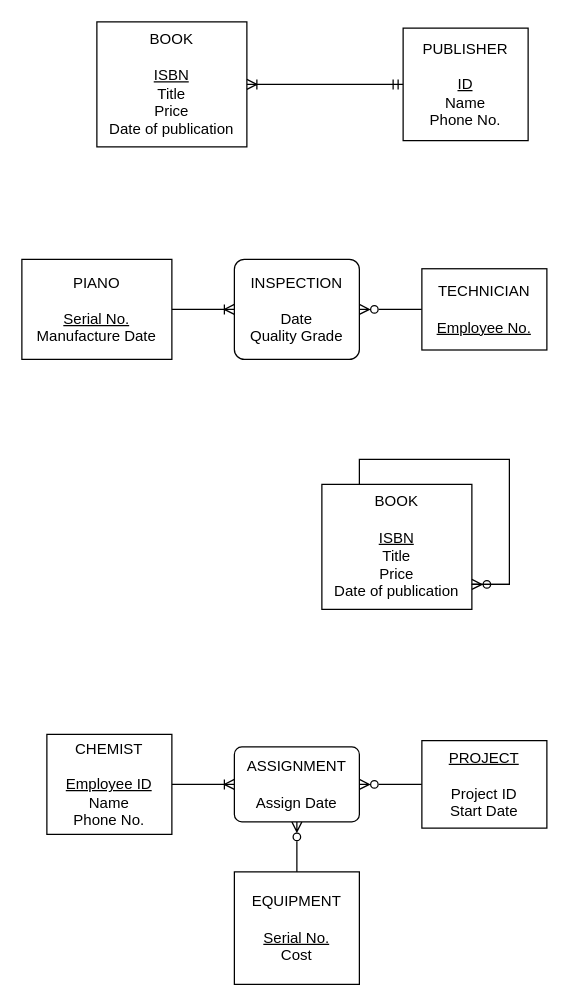
This is NumberOne.drawio from SamanZargarzadeh/ERD, a draw.io file, before an edit. Source tidied: cells renumbered, new cells numbered last; positions are measured from the earlier drawing's top-left corner, leaving out a move shared by most shapes. Both pictures are drawn from the tidied source at 125%, with x=0, y=0 at pixel (21, 21).
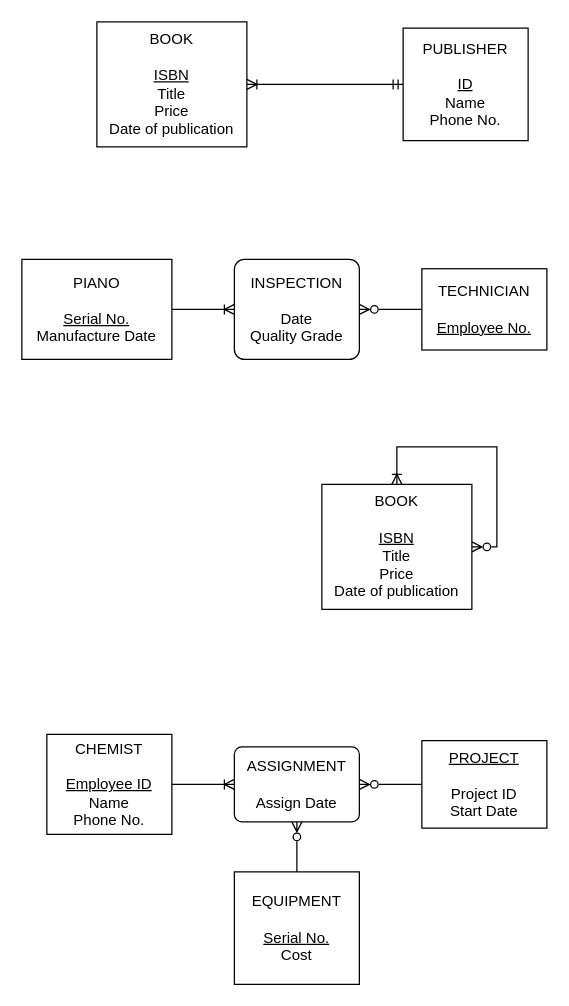
The same diagram, later.

The change refers to these unchanged cells:
```xml
<mxCell id="11" value="BOOK&lt;br&gt;&lt;br&gt;&lt;u&gt;ISBN&lt;br&gt;&lt;/u&gt;Title&lt;br&gt;Price&lt;br&gt;Date of publication" style="whiteSpace=wrap;html=1;align=center;" parent="1" vertex="1">
  <mxGeometry x="240" y="370" width="120" height="100" as="geometry" />
</mxCell>
```

Diff of the diagram source:
```diff
@@
-    <mxCell id="10" style="whiteSpace=wrap;html=1;align=center;" parent="1" vertex="1">
-      <mxGeometry x="270" y="350" width="120" height="100" as="geometry" />
-    </mxCell>
@@
-    <mxCell id="12" style="edgeStyle=entityRelationEdgeStyle;fontSize=12;html=1;endArrow=none;rounded=0;startArrow=ERzeroToMany;startFill=0;endFill=0;" parent="1" edge="1">
-      <mxGeometry relative="1" as="geometry">
-        <mxPoint x="360" y="450" as="sourcePoint" />
-        <mxPoint x="390" y="450" as="targetPoint" />
-      </mxGeometry>
-    </mxCell>
@@
+    <mxCell id="20" style="edgeStyle=orthogonalEdgeStyle;rounded=0;orthogonalLoop=1;jettySize=auto;html=1;exitX=1;exitY=0.5;exitDx=0;exitDy=0;entryX=0.5;entryY=0;entryDx=0;entryDy=0;endArrow=ERoneToMany;endFill=0;startArrow=ERzeroToMany;startFill=0;" parent="1" edge="1" source="11" target="11">
+      <mxGeometry relative="1" as="geometry">
+        <Array as="points">
+          <mxPoint x="380" y="420" />
+          <mxPoint x="380" y="340" />
+          <mxPoint x="300" y="340" />
+        </Array>
+      </mxGeometry>
+    </mxCell>
```
